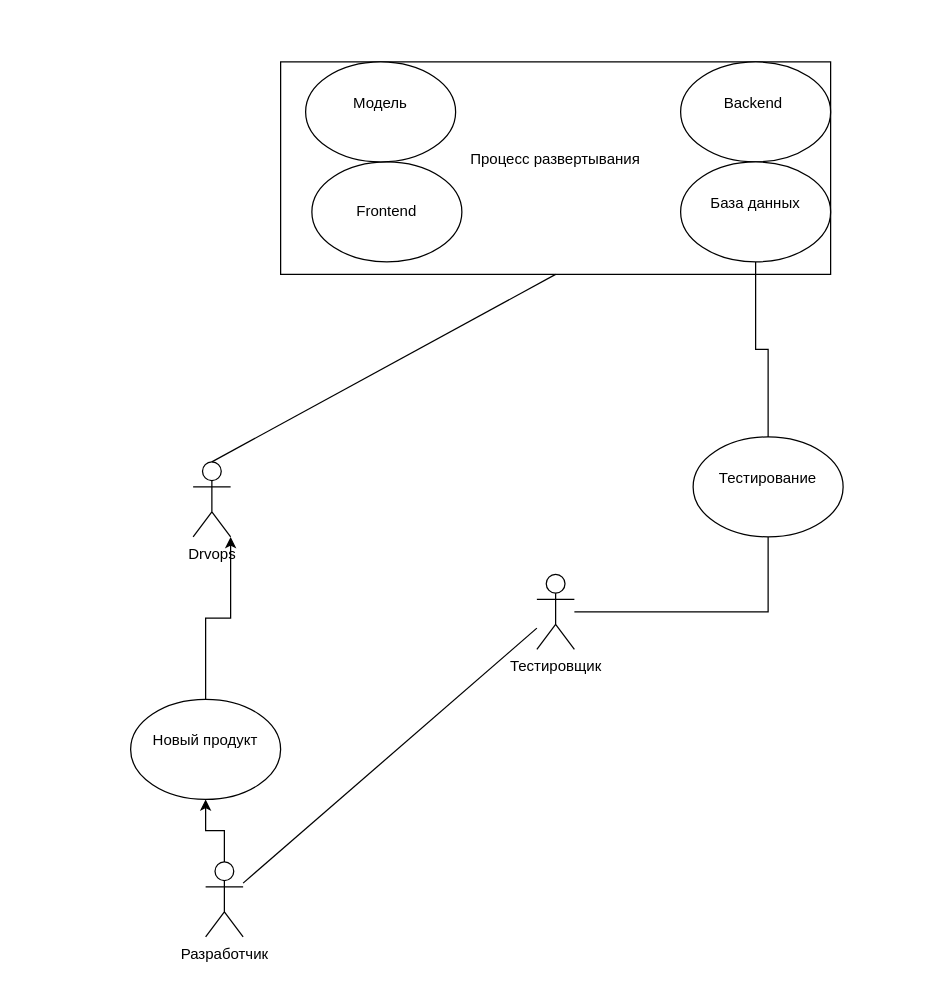
zabulonov/ZolotorevKP keeps this draw.io diagram as Diagrams/drawio/Use case Забулонов.drawio. Above is the earlier version. Source tidied: cells renumbered, new cells numbered last; positions are measured from the earlier drawing's top-left corner, leaving out a move shared by most shapes. Both pictures are drawn from the tidied source at 125%, with x=0, y=0 at pixel (130, 61).
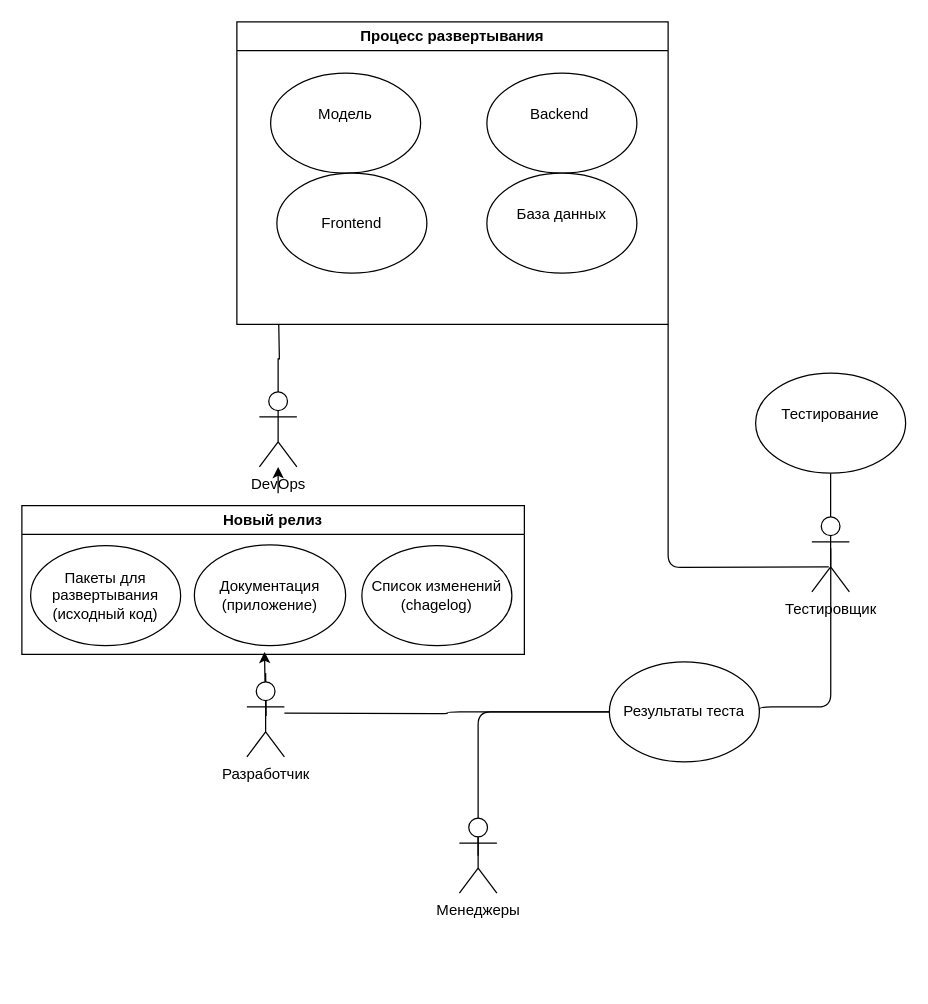
After the change.

Commit message (it also covers changes not shown here):
Обновил UseCase

The edit, as a diff of the source:
```diff
@@
-    <mxCell id="2" value="Процесс развертывания&lt;div&gt;&lt;br&gt;&lt;/div&gt;" style="rounded=0;whiteSpace=wrap;html=1;" parent="1" vertex="1">
-      <mxGeometry x="120" width="440" height="170" as="geometry" />
-    </mxCell>
+    <mxCell id="18" style="edgeStyle=none;html=1;exitX=0.5;exitY=0;exitDx=0;exitDy=0;" parent="1" edge="1" target="10">
+      <mxGeometry relative="1" as="geometry">
+        <mxPoint x="118" y="345" as="sourcePoint" />
+      </mxGeometry>
+    </mxCell>
+    <mxCell id="19" style="edgeStyle=orthogonalEdgeStyle;html=1;entryX=1;entryY=1;entryDx=0;entryDy=0;endArrow=none;endFill=0;" parent="1" edge="1" target="2">
+      <mxGeometry relative="1" as="geometry">
+        <mxPoint x="558.5" y="404" as="sourcePoint" />
+      </mxGeometry>
+    </mxCell>
+    <mxCell id="20" style="edgeStyle=orthogonalEdgeStyle;html=1;entryX=1;entryY=0.5;entryDx=0;entryDy=0;endArrow=none;endFill=0;" parent="1" edge="1" target="25">
+      <mxGeometry relative="1" as="geometry">
+        <mxPoint x="560.1" y="389" as="sourcePoint" />
+        <Array as="points">
+          <mxPoint x="560" y="516" />
+        </Array>
+      </mxGeometry>
+    </mxCell>
-    <mxCell id="3" style="edgeStyle=orthogonalEdgeStyle;rounded=0;jettySize=auto;html=1;endArrow=none;endFill=0;" parent="1" edge="1" source="5" target="7">
+    <mxCell id="3" style="edgeStyle=orthogonalEdgeStyle;html=1;endArrow=none;endFill=0;" parent="1" edge="1" source="5" target="7">
       <mxGeometry relative="1" as="geometry" />
     </mxCell>
-    <mxCell id="4" style="edgeStyle=none;html=1;endArrow=none;endFill=0;" parent="1" edge="1" source="5" target="9">
-      <mxGeometry relative="1" as="geometry" />
-    </mxCell>
     <mxCell id="5" value="Тестировщик&lt;div&gt;&lt;br&gt;&lt;/div&gt;" style="shape=umlActor;verticalLabelPosition=bottom;verticalAlign=top;html=1;outlineConnect=0;" parent="1" vertex="1">
-      <mxGeometry x="325" y="410" width="30" height="60" as="geometry" />
+      <mxGeometry x="545" y="364" width="30" height="60" as="geometry" />
     </mxCell>
-    <mxCell id="6" style="edgeStyle=orthogonalEdgeStyle;rounded=0;jettySize=auto;html=1;exitX=0.5;exitY=0;exitDx=0;exitDy=0;endArrow=none;endFill=0;entryX=0.5;entryY=1;entryDx=0;entryDy=0;" parent="1" edge="1" source="7" target="15">
-      <mxGeometry relative="1" as="geometry" />
-    </mxCell>
     <mxCell id="7" value="Тестирование&lt;div&gt;&lt;br&gt;&lt;/div&gt;" style="ellipse;whiteSpace=wrap;html=1;" parent="1" vertex="1">
-      <mxGeometry x="450" y="300" width="120" height="80" as="geometry" />
+      <mxGeometry x="500" y="249" width="120" height="80" as="geometry" />
     </mxCell>
-    <mxCell id="8" style="edgeStyle=orthogonalEdgeStyle;rounded=0;jettySize=auto;html=1;" parent="1" edge="1" source="9" target="12">
-      <mxGeometry relative="1" as="geometry" />
-    </mxCell>
+    <mxCell id="21" style="edgeStyle=none;html=1;entryX=0.474;entryY=1;entryDx=0;entryDy=0;entryPerimeter=0;" parent="1" edge="1" source="9">
+      <mxGeometry relative="1" as="geometry">
+        <mxPoint x="107.1" y="472" as="targetPoint" />
+      </mxGeometry>
+    </mxCell>
+    <mxCell id="22" style="edgeStyle=orthogonalEdgeStyle;html=1;exitX=0.5;exitY=0;exitDx=0;exitDy=0;exitPerimeter=0;endArrow=none;endFill=0;" parent="1" edge="1" source="9">
+      <mxGeometry relative="1" as="geometry">
+        <mxPoint x="108.4" y="523.4" as="targetPoint" />
+      </mxGeometry>
+    </mxCell>
     <mxCell id="9" value="Разработчик&lt;div&gt;&lt;br&gt;&lt;/div&gt;" style="shape=umlActor;verticalLabelPosition=bottom;verticalAlign=top;html=1;outlineConnect=0;" parent="1" vertex="1">
-      <mxGeometry x="60" y="640" width="30" height="60" as="geometry" />
+      <mxGeometry x="93" y="496" width="30" height="60" as="geometry" />
     </mxCell>
-    <mxCell id="10" value="Drvops&lt;div&gt;&lt;br&gt;&lt;/div&gt;" style="shape=umlActor;verticalLabelPosition=bottom;verticalAlign=top;html=1;outlineConnect=0;" parent="1" vertex="1">
-      <mxGeometry x="50" y="320" width="30" height="60" as="geometry" />
+    <mxCell id="10" value="DevOps&lt;div&gt;&lt;br&gt;&lt;/div&gt;" style="shape=umlActor;verticalLabelPosition=bottom;verticalAlign=top;html=1;outlineConnect=0;" parent="1" vertex="1">
+      <mxGeometry x="103" y="264" width="30" height="60" as="geometry" />
     </mxCell>
-    <mxCell id="11" style="edgeStyle=orthogonalEdgeStyle;rounded=0;jettySize=auto;html=1;exitX=0.5;exitY=0;exitDx=0;exitDy=0;entryX=1;entryY=1;entryDx=0;entryDy=0;entryPerimeter=0;" parent="1" edge="1" source="12" target="10">
-      <mxGeometry relative="1" as="geometry" />
-    </mxCell>
-    <mxCell id="12" value="Новый продукт&lt;div&gt;&lt;br&gt;&lt;/div&gt;" style="ellipse;whiteSpace=wrap;html=1;" parent="1" vertex="1">
-      <mxGeometry y="510" width="120" height="80" as="geometry" />
-    </mxCell>
+    <mxCell id="17" style="endArrow=none;html=1;rounded=0;entryX=0;entryY=1;entryDx=0;entryDy=0;exitX=0.5;exitY=0;exitDx=0;exitDy=0;exitPerimeter=0;edgeStyle=orthogonalEdgeStyle;" parent="1" edge="1" source="10">
+      <mxGeometry relative="1" as="geometry">
+        <mxPoint x="118.5" y="210" as="targetPoint" />
+      </mxGeometry>
+    </mxCell>
+    <mxCell id="23" style="edgeStyle=orthogonalEdgeStyle;html=1;entryX=1;entryY=0.3333333333333333;entryDx=0;entryDy=0;entryPerimeter=0;endArrow=none;endFill=0;" parent="1" edge="1" source="25">
+      <mxGeometry relative="1" as="geometry">
+        <mxPoint x="123" y="521" as="targetPoint" />
+      </mxGeometry>
+    </mxCell>
+    <mxCell id="24" style="edgeStyle=orthogonalEdgeStyle;html=1;entryX=0.5;entryY=0.5;entryDx=0;entryDy=0;entryPerimeter=0;endArrow=none;endFill=0;" parent="1" edge="1" source="25" target="26">
+      <mxGeometry relative="1" as="geometry" />
+    </mxCell>
+    <mxCell id="25" value="Результаты теста&lt;br&gt;" style="ellipse;whiteSpace=wrap;html=1;" parent="1" vertex="1">
+      <mxGeometry x="383" y="480" width="120" height="80" as="geometry" />
+    </mxCell>
+    <mxCell id="26" value="Менеджеры" style="shape=umlActor;verticalLabelPosition=bottom;verticalAlign=top;html=1;outlineConnect=0;" parent="1" vertex="1">
+      <mxGeometry x="263" y="605" width="30" height="60" as="geometry" />
+    </mxCell>
+    <mxCell id="2" value="Процесс развертывания&lt;br&gt;" style="swimlane;whiteSpace=wrap;html=1;" parent="1" vertex="1">
+      <mxGeometry x="85" y="-32" width="345" height="242" as="geometry" />
+    </mxCell>
-    <mxCell id="13" value="&lt;div&gt;Backend&amp;nbsp;&lt;/div&gt;&lt;div&gt;&lt;br&gt;&lt;/div&gt;" style="ellipse;whiteSpace=wrap;html=1;" parent="1" vertex="1">
-      <mxGeometry x="440" width="120" height="80" as="geometry" />
+    <mxCell id="13" value="&lt;div&gt;Backend&amp;nbsp;&lt;/div&gt;&lt;div&gt;&lt;br&gt;&lt;/div&gt;" style="ellipse;whiteSpace=wrap;html=1;" parent="2" vertex="1">
+      <mxGeometry x="200" y="41" width="120" height="80" as="geometry" />
     </mxCell>
+    <mxCell id="16" value="Модель&lt;div&gt;&lt;br&gt;&lt;/div&gt;" style="ellipse;whiteSpace=wrap;html=1;" parent="2" vertex="1">
+      <mxGeometry x="27" y="41" width="120" height="80" as="geometry" />
+    </mxCell>
-    <mxCell id="14" value="Frontend&lt;div&gt;&lt;/div&gt;" style="ellipse;whiteSpace=wrap;html=1;" parent="1" vertex="1">
-      <mxGeometry x="145" y="80" width="120" height="80" as="geometry" />
+    <mxCell id="14" value="Frontend&lt;div&gt;&lt;/div&gt;" style="ellipse;whiteSpace=wrap;html=1;" parent="2" vertex="1">
+      <mxGeometry x="32" y="121" width="120" height="80" as="geometry" />
     </mxCell>
-    <mxCell id="15" value="База данных&lt;div&gt;&lt;br&gt;&lt;/div&gt;" style="ellipse;whiteSpace=wrap;html=1;" parent="1" vertex="1">
-      <mxGeometry x="440" y="80" width="120" height="80" as="geometry" />
+    <mxCell id="15" value="База данных&lt;div&gt;&lt;br&gt;&lt;/div&gt;" style="ellipse;whiteSpace=wrap;html=1;" parent="2" vertex="1">
+      <mxGeometry x="200" y="121" width="120" height="80" as="geometry" />
     </mxCell>
-    <mxCell id="16" value="Модель&lt;div&gt;&lt;br&gt;&lt;/div&gt;" style="ellipse;whiteSpace=wrap;html=1;" parent="1" vertex="1">
-      <mxGeometry x="140" width="120" height="80" as="geometry" />
-    </mxCell>
-    <mxCell id="17" style="endArrow=none;html=1;rounded=0;entryX=0.5;entryY=1;entryDx=0;entryDy=0;exitX=0.5;exitY=0;exitDx=0;exitDy=0;exitPerimeter=0;" parent="1" edge="1" source="10" target="2">
-      <mxGeometry relative="1" as="geometry" />
-    </mxCell>
+    <mxCell id="27" value="Новый релиз&lt;br&gt;" style="swimlane;whiteSpace=wrap;html=1;" parent="1" vertex="1">
+      <mxGeometry x="-87" y="355" width="402" height="119" as="geometry" />
+    </mxCell>
+    <mxCell id="12" value="Пакеты для развертывания (исходный код)" style="ellipse;whiteSpace=wrap;html=1;" parent="27" vertex="1">
+      <mxGeometry x="7" y="32" width="120" height="80" as="geometry" />
+    </mxCell>
+    <mxCell id="28" value="Документация (приложение)" style="ellipse;whiteSpace=wrap;html=1;" parent="27" vertex="1">
+      <mxGeometry x="138" y="31.3" width="121" height="80.7" as="geometry" />
+    </mxCell>
+    <mxCell id="29" value="Список изменений (chagelog)" style="ellipse;whiteSpace=wrap;html=1;" parent="27" vertex="1">
+      <mxGeometry x="272" y="32" width="120" height="80" as="geometry" />
+    </mxCell>
```
